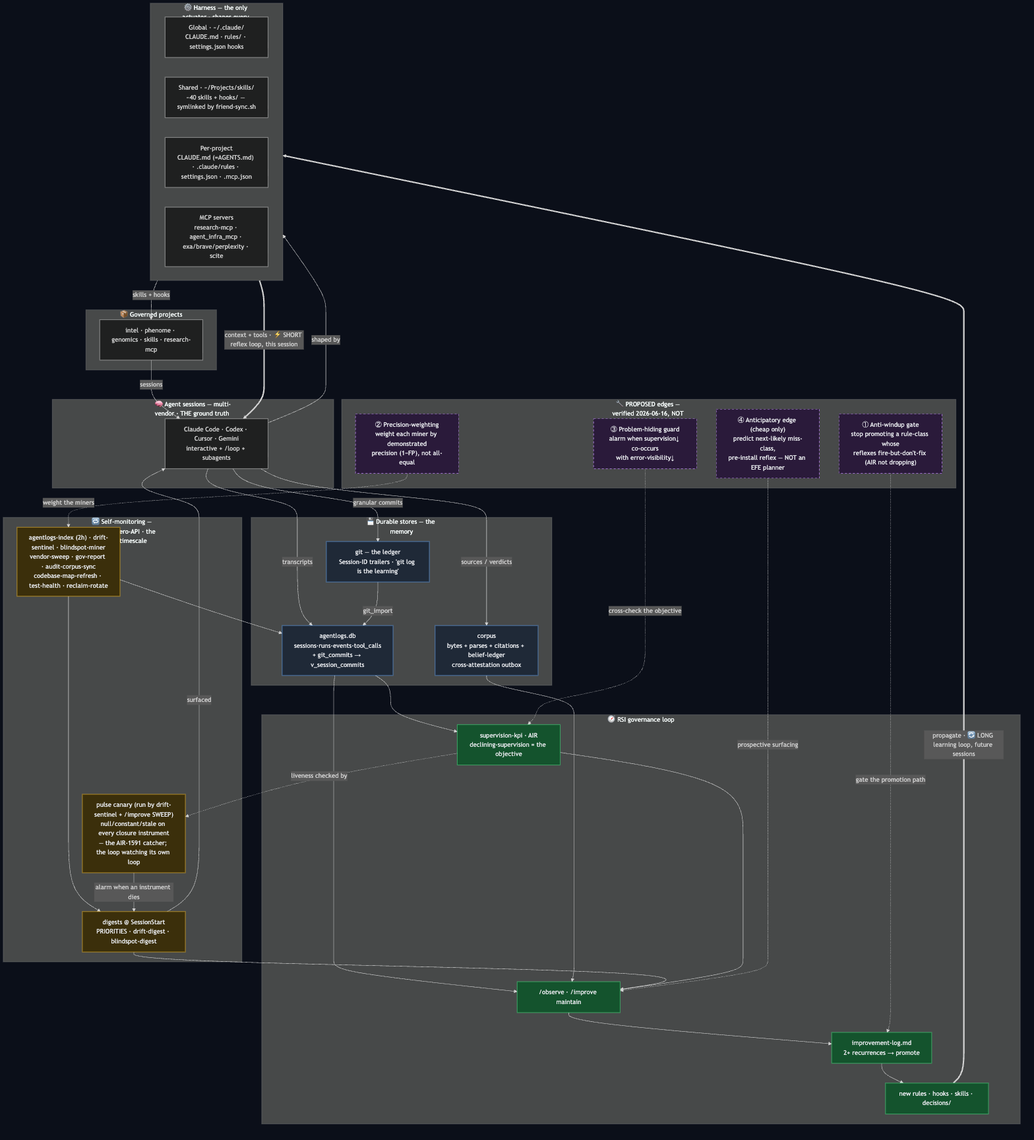
The Mermaid diagram architecture.png in markusstrasser/agent-infra, before a commit. Its source is kept beside it as architecture.mmd.
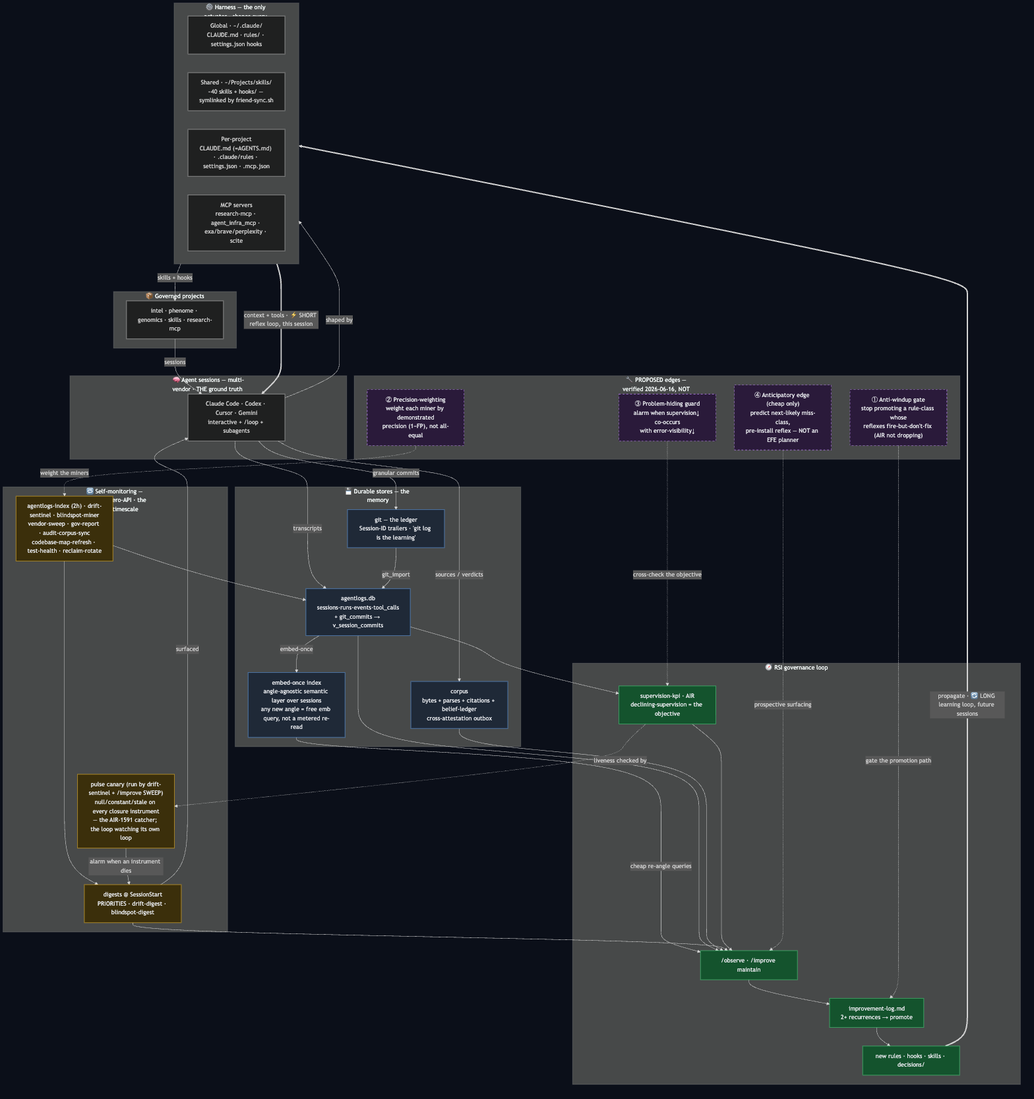
After the change.

Commit message:
[observe] Add embed-once index to the architecture flowchart

Diagram source + regenerated PNG: embed-once query layer now appears in the
Durable-stores block with DB→EMB→OBS edges (cheap re-angle queries feed /observe).
Matches the ARCHITECTURE.md prose added in f9a090a.

Session-ID: 5ce532b8-2ae4-4021-ad35-7920af556204

Diff of the diagram source:
```diff
@@ -14,6 +14,7 @@
         GIT["git — the ledger<br/>Session-ID trailers · 'git log is the learning'"]
         DB["agentlogs.db<br/>sessions·runs·events·tool_calls<br/>+ git_commits → v_session_commits"]
         CORP["corpus<br/>bytes + parses + citations + belief-ledger<br/>cross-attestation outbox"]
+        EMB["embed-once index<br/>angle-agnostic semantic layer over sessions<br/>any new angle = free emb query, not a metered re-read"]
     end
 
     subgraph WATCH["🔁 Self-monitoring — launchd · zero-API · the middle timescale"]
@@ -53,6 +54,8 @@
     L --> DIG
     KPI -.->|liveness checked by| PULSE
     PULSE -->|alarm when an instrument dies| DIG
+    DB -->|embed-once| EMB
+    EMB -->|cheap re-angle queries| OBS
     DB --> OBS
     CORP --> OBS
     DIG --> OBS
@@ -73,7 +76,7 @@
     classDef gov fill:#14532d,stroke:#4ade80,color:#e5e7eb;
     classDef watch fill:#3b2f0b,stroke:#fbbf24,color:#e5e7eb;
     classDef prop fill:#2a1a3a,stroke:#c084fc,color:#e5e7eb,stroke-dasharray:5 5;
-    class GIT,DB,CORP store;
+    class GIT,DB,CORP,EMB store;
     class OBS,LOG,RULE,KPI gov;
     class L,DIG,PULSE watch;
     class AW,PW,PH,ANT prop;
```
